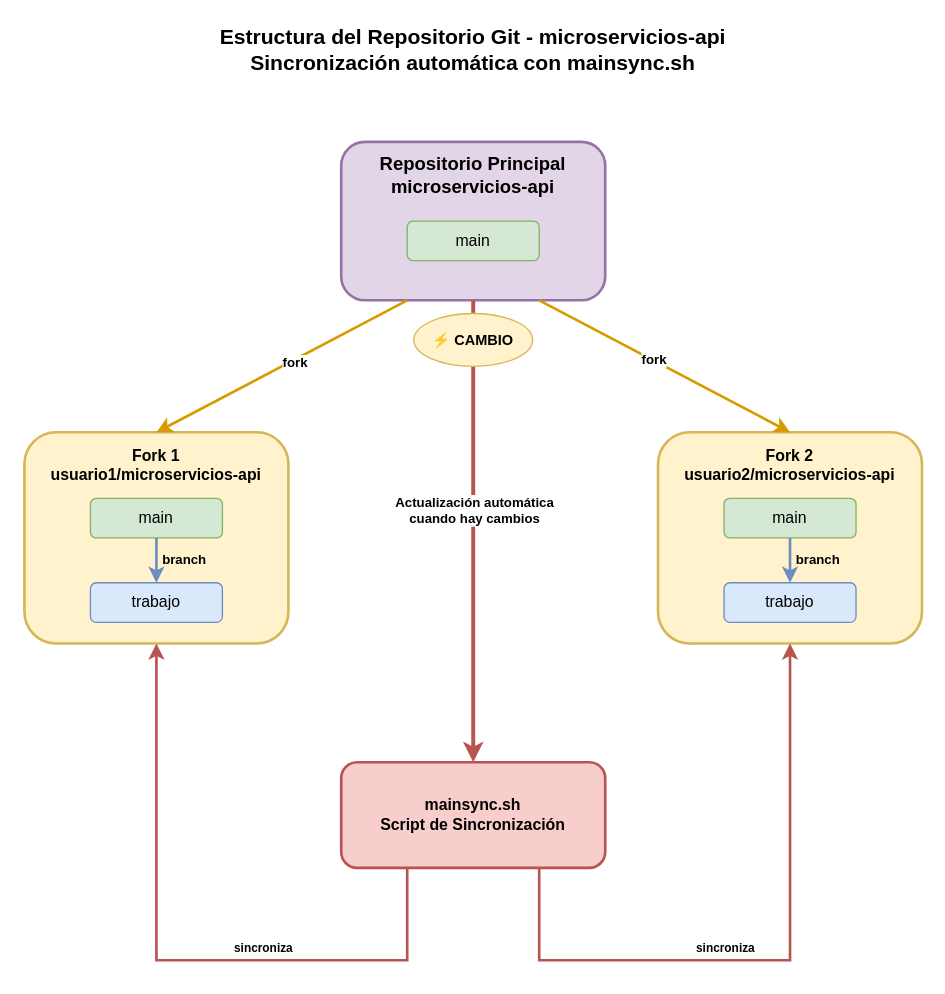
This is tutoriales/repo_git.drawio from srezequieluni1/microservicios-api, a draw.io file, before an edit. Source tidied: cells renumbered, new cells numbered last; positions are measured from the earlier drawing's top-left corner, leaving out a move shared by most shapes. Both pictures are drawn from the tidied source at 132%, with x=0, y=0 at pixel (24, 22).
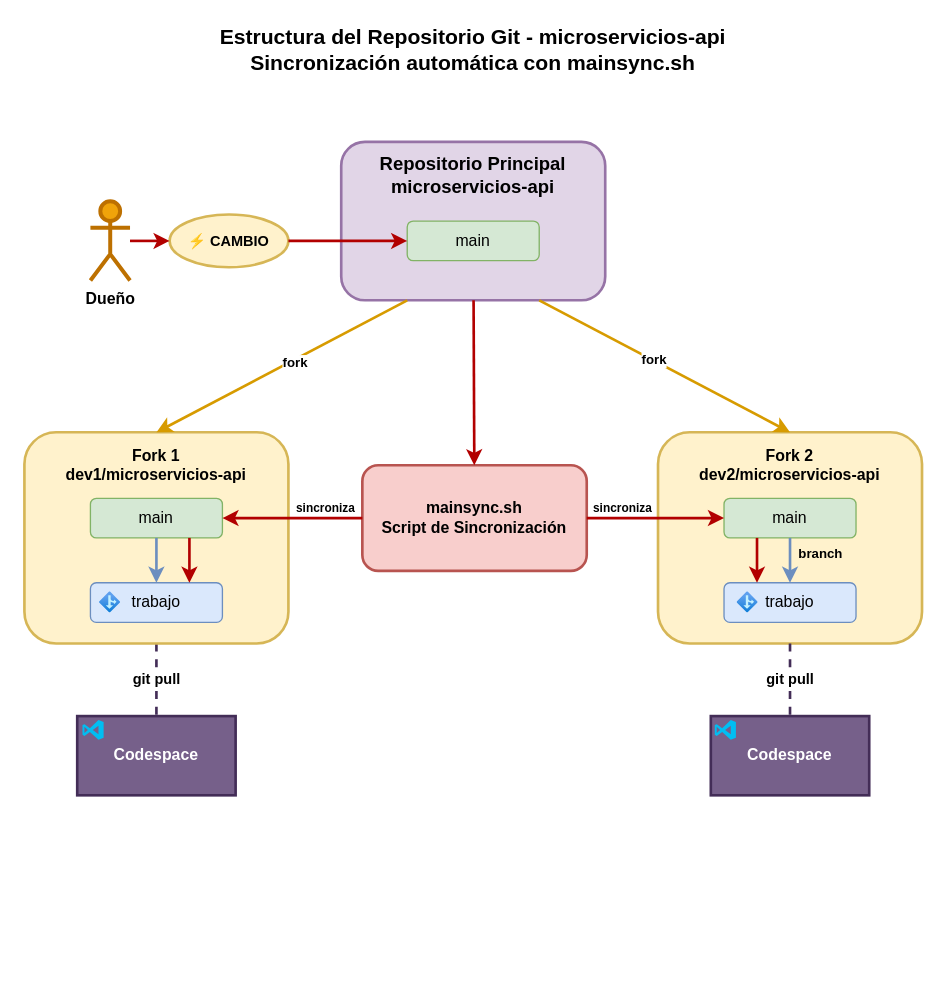
The same diagram, later.

Commit message:
feat: Update Git repository diagram with improved layout and synchronization details

The change refers to these unchanged cells:
```xml
<mxCell id="2" style="rounded=1;whiteSpace=wrap;html=1;fillColor=#e1d5e7;strokeColor=#9673a6;strokeWidth=2;" parent="1" vertex="1">
  <mxGeometry x="240" y="90" width="200" height="120" as="geometry" />
</mxCell>
<mxCell id="4" value="main" style="rounded=1;whiteSpace=wrap;html=1;fillColor=#d5e8d4;strokeColor=#82b366;" parent="1" vertex="1">
  <mxGeometry x="290" y="150" width="100" height="30" as="geometry" />
</mxCell>
<mxCell id="5" style="rounded=1;whiteSpace=wrap;html=1;fillColor=#fff2cc;strokeColor=#d6b656;strokeWidth=2;" parent="1" vertex="1">
  <mxGeometry y="310" width="200" height="160" as="geometry" />
</mxCell>
<mxCell id="7" value="main" style="rounded=1;whiteSpace=wrap;html=1;fillColor=#d5e8d4;strokeColor=#82b366;" parent="1" vertex="1">
  <mxGeometry x="50" y="360" width="100" height="30" as="geometry" />
</mxCell>
<mxCell id="8" value="trabajo" style="rounded=1;whiteSpace=wrap;html=1;fillColor=#dae8fc;strokeColor=#6c8ebf;" parent="1" vertex="1">
  <mxGeometry x="50" y="424" width="100" height="30" as="geometry" />
</mxCell>
<mxCell id="9" style="rounded=1;whiteSpace=wrap;html=1;fillColor=#fff2cc;strokeColor=#d6b656;strokeWidth=2;" parent="1" vertex="1">
  <mxGeometry x="480" y="310" width="200" height="160" as="geometry" />
</mxCell>
<mxCell id="11" value="main" style="rounded=1;whiteSpace=wrap;html=1;fillColor=#d5e8d4;strokeColor=#82b366;" parent="1" vertex="1">
  <mxGeometry x="530" y="360" width="100" height="30" as="geometry" />
</mxCell>
<mxCell id="12" value="trabajo" style="rounded=1;whiteSpace=wrap;html=1;fillColor=#dae8fc;strokeColor=#6c8ebf;" parent="1" vertex="1">
  <mxGeometry x="530" y="424" width="100" height="30" as="geometry" />
</mxCell>
<mxCell id="17" style="endArrow=classic;html=1;rounded=0;exitX=0.5;exitY=1;exitDx=0;exitDy=0;entryX=0.5;entryY=0;entryDx=0;entryDy=0;strokeColor=#6c8ebf;strokeWidth=2;" parent="1" edge="1" source="7" target="8">
  <mxGeometry relative="1" as="geometry" />
</mxCell>
```

Change to the diagram source:
```diff
@@
+    <mxCell id="31" style="edgeStyle=none;html=1;dashed=1;strokeWidth=2;fillColor=#76608a;strokeColor=#432D57;endArrow=none;endFill=0;" parent="1" edge="1" source="5" target="33">
+      <mxGeometry relative="1" as="geometry" />
+    </mxCell>
+    <mxCell id="32" value="git pull" style="edgeLabel;html=1;align=center;verticalAlign=middle;fontStyle=1;" parent="31" vertex="1">
+      <mxGeometry x="-0.06" y="-1" relative="1" as="geometry" />
+    </mxCell>
@@
-    <mxCell id="6" value="Fork 1&lt;br&gt;&lt;b&gt;usuario1/microservicios-api&lt;/b&gt;" style="text;html=1;strokeColor=none;fillColor=none;align=center;verticalAlign=middle;whiteSpace=wrap;rounded=0;fontStyle=1;fontSize=12;" parent="1" vertex="1">
+    <mxCell id="6" value="Fork 1&lt;br&gt;&lt;b&gt;dev1/microservicios-api&lt;/b&gt;" style="text;html=1;strokeColor=none;fillColor=none;align=center;verticalAlign=middle;whiteSpace=wrap;rounded=0;fontStyle=1;fontSize=12;" parent="1" vertex="1">
       <mxGeometry y="320" width="200" height="30" as="geometry" />
     </mxCell>
@@
-    <mxCell id="10" value="Fork 2&lt;br&gt;&lt;b&gt;usuario2/microservicios-api&lt;/b&gt;" style="text;html=1;strokeColor=none;fillColor=none;align=center;verticalAlign=middle;whiteSpace=wrap;rounded=0;fontStyle=1;fontSize=12;" parent="1" vertex="1">
+    <mxCell id="10" value="Fork 2&lt;br&gt;&lt;b&gt;dev2/microservicios-api&lt;/b&gt;" style="text;html=1;strokeColor=none;fillColor=none;align=center;verticalAlign=middle;whiteSpace=wrap;rounded=0;fontStyle=1;fontSize=12;" parent="1" vertex="1">
       <mxGeometry x="480" y="320" width="200" height="30" as="geometry" />
     </mxCell>
@@
-    <mxCell id="18" value="branch" style="edgeLabel;html=1;align=center;verticalAlign=middle;fontStyle=1;fontSize=10;labelBackgroundColor=none;" parent="17" vertex="1">
-      <mxGeometry x="-0.1" y="1" relative="1" as="geometry">
-        <mxPoint x="19" as="offset" />
-      </mxGeometry>
-    </mxCell>
-    <mxCell id="19" style="endArrow=classic;html=1;rounded=0;exitX=0.5;exitY=1;exitDx=0;exitDy=0;entryX=0.5;entryY=0;entryDx=0;entryDy=0;strokeColor=#6c8ebf;strokeWidth=2;" parent="1" edge="1" source="11" target="12">
+    <mxCell id="19" style="endArrow=classic;html=1;rounded=0;strokeColor=#6c8ebf;strokeWidth=2;" parent="1" edge="1" source="11" target="12">
       <mxGeometry relative="1" as="geometry" />
     </mxCell>
     <mxCell id="20" value="branch" style="edgeLabel;html=1;align=center;verticalAlign=middle;fontStyle=1;fontSize=10;labelBackgroundColor=none;" parent="19" vertex="1">
       <mxGeometry x="-0.1" y="1" relative="1" as="geometry">
-        <mxPoint x="19" as="offset" />
+        <mxPoint x="21" y="-4" as="offset" />
       </mxGeometry>
     </mxCell>
     <mxCell id="21" style="rounded=1;whiteSpace=wrap;html=1;fillColor=#f8cecc;strokeColor=#b85450;strokeWidth=2;" parent="1" vertex="1">
-      <mxGeometry x="240" y="560" width="200" height="80" as="geometry" />
+      <mxGeometry x="256" y="335" width="170" height="80" as="geometry" />
     </mxCell>
     <mxCell id="22" value="&lt;b&gt;mainsync.sh&lt;/b&gt;&lt;br&gt;Script de Sincronización" style="text;html=1;strokeColor=none;fillColor=none;align=center;verticalAlign=middle;whiteSpace=wrap;rounded=0;fontStyle=1;fontSize=12;" parent="1" vertex="1">
-      <mxGeometry x="240" y="580" width="200" height="40" as="geometry" />
+      <mxGeometry x="266" y="355" width="150" height="40" as="geometry" />
     </mxCell>
-    <mxCell id="23" style="endArrow=classic;html=1;rounded=0;exitX=0.5;exitY=1;exitDx=0;exitDy=0;entryX=0.5;entryY=0;entryDx=0;entryDy=0;strokeColor=#b85450;strokeWidth=3;strokeStyle=dashed;" parent="1" edge="1" source="2" target="21">
+    <mxCell id="23" style="endArrow=classic;html=1;rounded=0;strokeColor=#B20000;strokeWidth=2;strokeStyle=dashed;fillColor=#e51400;" parent="1" edge="1" source="2" target="21">
       <mxGeometry relative="1" as="geometry" />
     </mxCell>
-    <mxCell id="24" value="Actualización automática&lt;br&gt;cuando hay cambios" style="edgeLabel;html=1;align=center;verticalAlign=middle;fontStyle=1;fontSize=10;fillColor=#ffffff;strokeColor=#b85450;rounded=1;" parent="23" vertex="1">
-      <mxGeometry x="-0.1" y="1" relative="1" as="geometry">
-        <mxPoint x="-1" as="offset" />
-      </mxGeometry>
-    </mxCell>
-    <mxCell id="25" style="endArrow=classic;html=1;rounded=0;exitX=0.25;exitY=1;exitDx=0;exitDy=0;entryX=0.5;entryY=1;entryDx=0;entryDy=0;strokeColor=#b85450;strokeWidth=2;strokeStyle=dashed;" parent="1" edge="1" source="21" target="5">
-      <mxGeometry relative="1" as="geometry">
-        <Array as="points">
-          <mxPoint x="290" y="710" />
-          <mxPoint x="100" y="710" />
-        </Array>
-      </mxGeometry>
+    <mxCell id="25" style="endArrow=classic;html=1;rounded=0;strokeColor=#B20000;strokeWidth=2;strokeStyle=dashed;fillColor=#e51400;" parent="1" edge="1" source="21" target="7">
+      <mxGeometry relative="1" as="geometry" />
     </mxCell>
-    <mxCell id="26" value="sincroniza" style="edgeLabel;html=1;align=center;verticalAlign=middle;fontStyle=1;fontSize=9;" parent="25" vertex="1">
+    <mxCell id="26" value="sincroniza" style="edgeLabel;html=1;align=center;verticalAlign=middle;fontStyle=1;fontSize=9;labelBackgroundColor=none;" parent="25" vertex="1">
       <mxGeometry x="-0.1" y="1" relative="1" as="geometry">
-        <mxPoint x="45" y="-11" as="offset" />
+        <mxPoint x="19" y="-9" as="offset" />
       </mxGeometry>
     </mxCell>
-    <mxCell id="27" style="endArrow=classic;html=1;rounded=0;exitX=0.75;exitY=1;exitDx=0;exitDy=0;entryX=0.5;entryY=1;entryDx=0;entryDy=0;strokeColor=#b85450;strokeWidth=2;strokeStyle=dashed;" parent="1" edge="1" source="21" target="9">
-      <mxGeometry relative="1" as="geometry">
-        <Array as="points">
-          <mxPoint x="390" y="710" />
-          <mxPoint x="580" y="710" />
-        </Array>
-      </mxGeometry>
+    <mxCell id="27" style="endArrow=classic;html=1;rounded=0;strokeColor=#B20000;strokeWidth=2;strokeStyle=dashed;fillColor=#e51400;" parent="1" edge="1" source="21" target="11">
+      <mxGeometry relative="1" as="geometry" />
     </mxCell>
-    <mxCell id="28" value="sincroniza" style="edgeLabel;html=1;align=center;verticalAlign=middle;fontStyle=1;fontSize=9;" parent="27" vertex="1">
+    <mxCell id="28" value="sincroniza" style="edgeLabel;html=1;align=center;verticalAlign=middle;fontStyle=1;fontSize=9;labelBackgroundColor=none;" parent="27" vertex="1">
       <mxGeometry x="-0.1" y="1" relative="1" as="geometry">
-        <mxPoint x="-15" y="-9" as="offset" />
+        <mxPoint x="-21" y="-7" as="offset" />
       </mxGeometry>
     </mxCell>
@@
-    <mxCell id="30" value="⚡ CAMBIO" style="ellipse;whiteSpace=wrap;html=1;fillColor=#fff2cc;strokeColor=#d6b656;fontStyle=1;fontSize=11;" parent="1" vertex="1">
-      <mxGeometry x="295" y="220" width="90" height="40" as="geometry" />
+    <mxCell id="30" value="⚡ CAMBIO" style="ellipse;whiteSpace=wrap;html=1;fillColor=#fff2cc;strokeColor=#d6b656;fontStyle=1;fontSize=11;strokeWidth=2;" parent="1" vertex="1">
+      <mxGeometry x="110" y="145" width="90" height="40" as="geometry" />
     </mxCell>
+    <mxCell id="33" value="Codespace" style="rounded=0;whiteSpace=wrap;html=1;fillColor=#76608a;fontColor=#ffffff;strokeColor=#432D57;strokeWidth=2;fontStyle=1;" parent="1" vertex="1">
+      <mxGeometry x="40" y="525" width="120" height="60" as="geometry" />
+    </mxCell>
+    <mxCell id="34" style="edgeStyle=none;html=1;dashed=1;endArrow=none;endFill=0;strokeWidth=2;fillColor=#76608a;strokeColor=#432D57;" parent="1" edge="1" source="9" target="36">
+      <mxGeometry relative="1" as="geometry" />
+    </mxCell>
+    <mxCell id="35" value="git pull" style="edgeLabel;html=1;align=center;verticalAlign=middle;fontStyle=1;" parent="34" vertex="1">
+      <mxGeometry x="-0.06" y="-1" relative="1" as="geometry" />
+    </mxCell>
+    <mxCell id="36" value="Codespace" style="rounded=0;whiteSpace=wrap;html=1;fillColor=#76608a;fontColor=#ffffff;strokeColor=#432D57;strokeWidth=2;fontStyle=1;" parent="1" vertex="1">
+      <mxGeometry x="520" y="525" width="120" height="60" as="geometry" />
+    </mxCell>
+    <mxCell id="37" style="edgeStyle=none;html=1;strokeWidth=2;fillColor=#e51400;strokeColor=#B20000;" parent="1" edge="1" source="38" target="30">
+      <mxGeometry relative="1" as="geometry" />
+    </mxCell>
+    <mxCell id="38" value="Dueño" style="shape=umlActor;verticalLabelPosition=bottom;verticalAlign=top;html=1;outlineConnect=0;fontStyle=1;fillColor=#f0a30a;fontColor=#000000;strokeColor=#BD7000;strokeWidth=3;" parent="1" vertex="1">
+      <mxGeometry x="50" y="135" width="30" height="60" as="geometry" />
+    </mxCell>
+    <mxCell id="39" style="endArrow=classic;html=1;rounded=0;strokeColor=#B20000;strokeWidth=2;strokeStyle=dashed;fillColor=#e51400;" parent="1" edge="1" source="30" target="4">
+      <mxGeometry relative="1" as="geometry" />
+    </mxCell>
+    <mxCell id="40" style="endArrow=classic;html=1;rounded=0;strokeColor=#B20000;strokeWidth=2;strokeStyle=dashed;fillColor=#e51400;exitX=0.75;exitY=1;exitDx=0;exitDy=0;entryX=0.75;entryY=0;entryDx=0;entryDy=0;" parent="1" edge="1" source="7" target="8">
+      <mxGeometry relative="1" as="geometry" />
+    </mxCell>
+    <mxCell id="41" style="endArrow=classic;html=1;rounded=0;strokeColor=#B20000;strokeWidth=2;strokeStyle=dashed;fillColor=#e51400;entryX=0.25;entryY=0;entryDx=0;entryDy=0;exitX=0.25;exitY=1;exitDx=0;exitDy=0;" parent="1" edge="1" source="11" target="12">
+      <mxGeometry relative="1" as="geometry" />
+    </mxCell>
+    <mxCell id="42" style="image;html=1;align=center;fontSize=12;image=img/lib/azure2/general/Branch.svg;" parent="1" vertex="1">
+      <mxGeometry x="57" y="431" width="16" height="16" as="geometry" />
+    </mxCell>
+    <mxCell id="43" style="image;html=1;align=center;fontSize=12;image=img/lib/azure2/general/Branch.svg;" parent="1" vertex="1">
+      <mxGeometry x="540" y="431" width="16" height="16" as="geometry" />
+    </mxCell>
+    <mxCell id="44" style="verticalLabelPosition=bottom;html=1;verticalAlign=top;align=center;strokeColor=none;fillColor=#00BEF2;shape=mxgraph.azure.visual_studio_online;" parent="1" vertex="1">
+      <mxGeometry x="44" y="528" width="16" height="15" as="geometry" />
+    </mxCell>
+    <mxCell id="45" style="verticalLabelPosition=bottom;html=1;verticalAlign=top;align=center;strokeColor=none;fillColor=#00BEF2;shape=mxgraph.azure.visual_studio_online;" parent="1" vertex="1">
+      <mxGeometry x="523" y="528" width="16" height="15" as="geometry" />
+    </mxCell>
```
